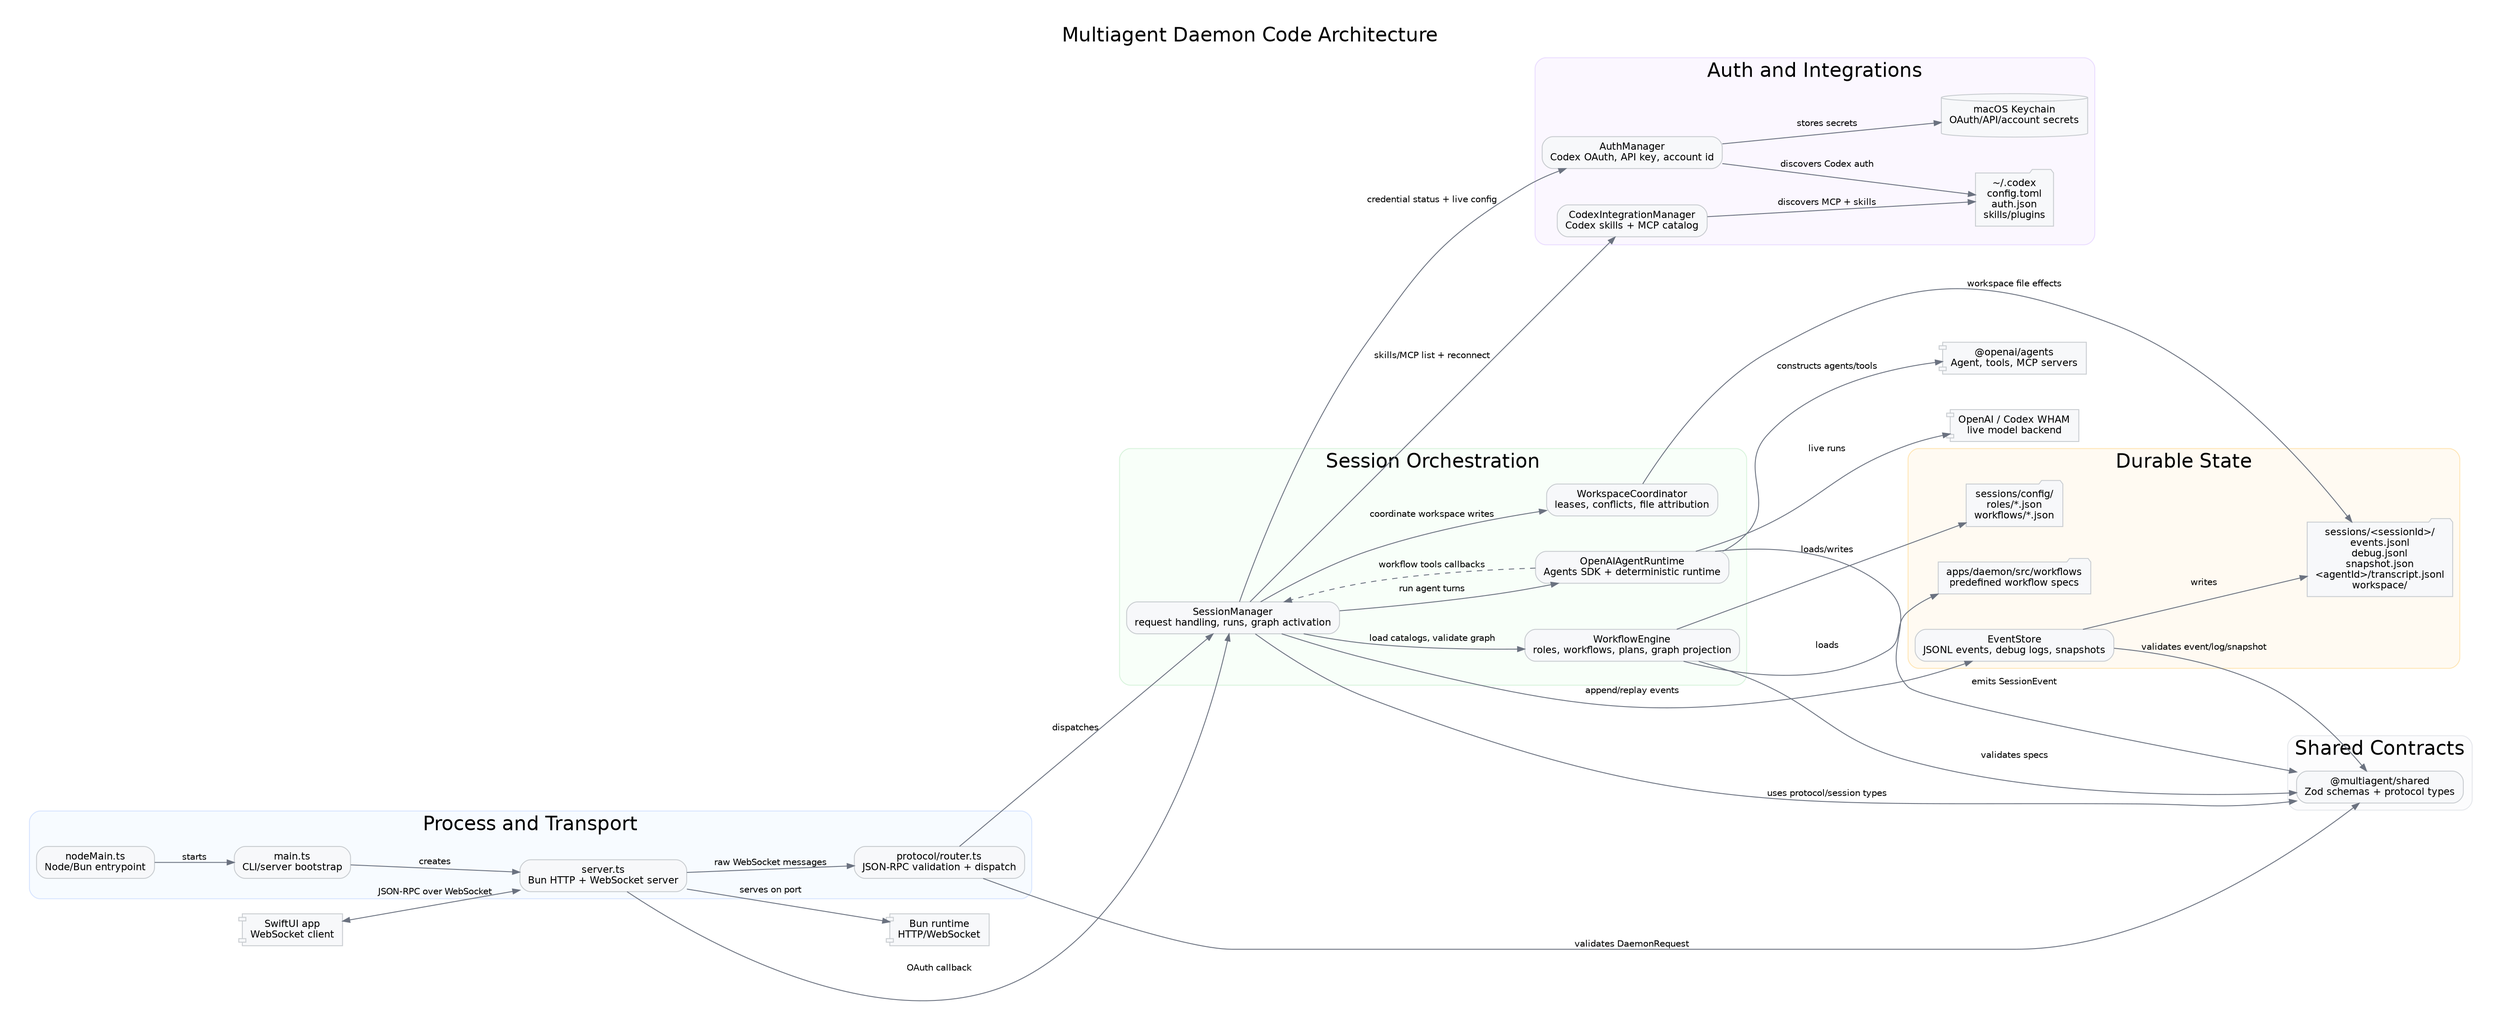
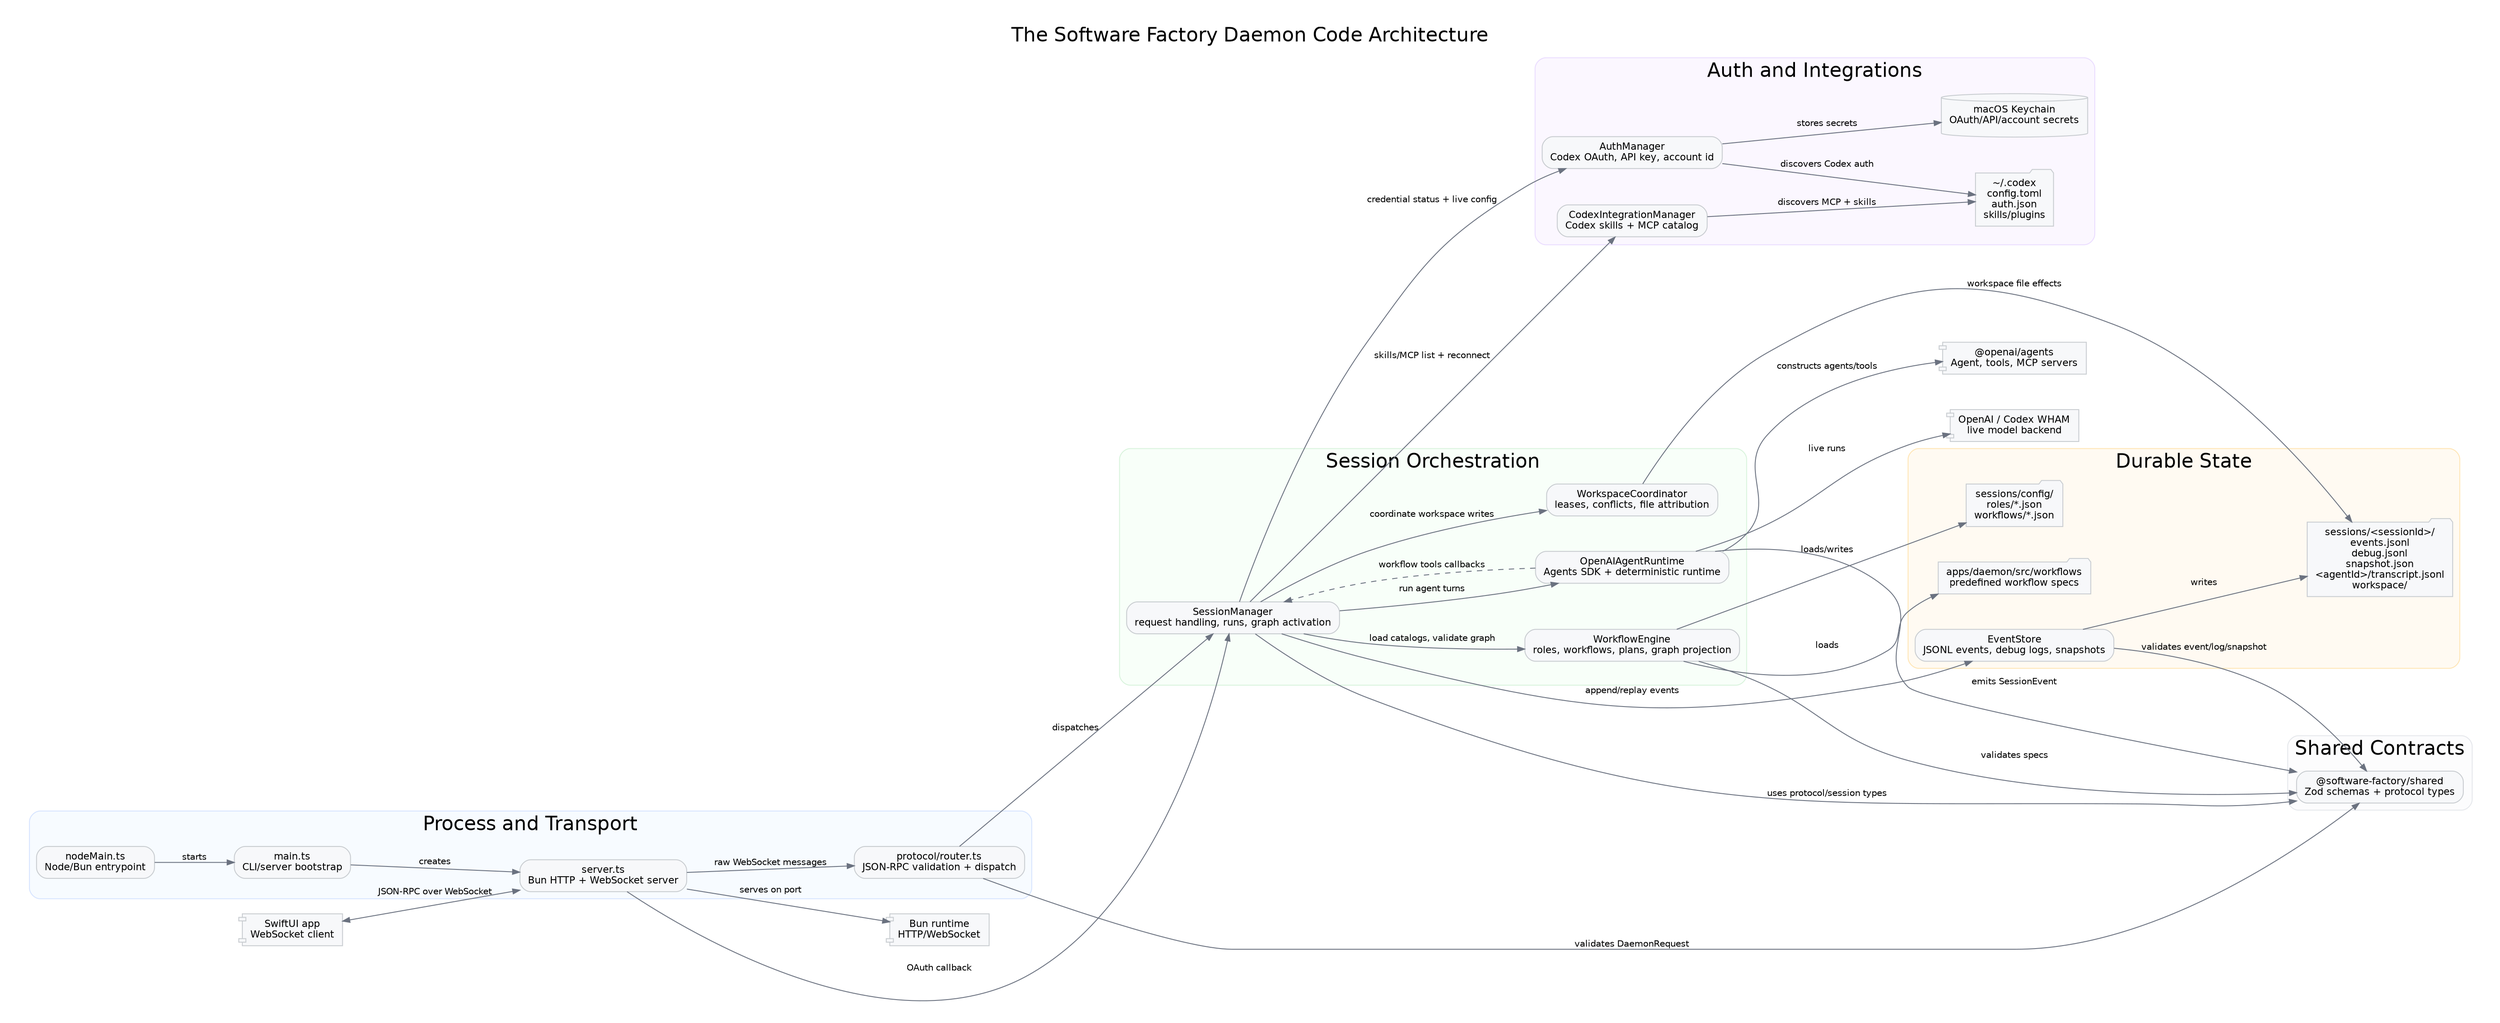
digraph DaemonArchitecture {
  graph [
-     label="Multiagent Daemon Code Architecture",
+     label="The Software Factory Daemon Code Architecture",
    labelloc="t",
    fontsize=22,
    fontname="Helvetica",
    rankdir=LR,
    compound=true,
    bgcolor="white",
    pad=0.35,
    nodesep=0.55,
    ranksep=0.85
  ];

  node [
    shape=box,
    style="rounded,filled",
    fontname="Helvetica",
    fontsize=11,
    color="#c8ccd0",
    fillcolor="#f7f8fa",
    margin="0.12,0.08"
  ];

  edge [
    fontname="Helvetica",
    fontsize=10,
    color="#6b7280",
    arrowsize=0.8
  ];

  subgraph cluster_entry {
    label="Process and Transport";
    color="#d6e4ff";
    style="rounded,filled";
    fillcolor="#f7fbff";

    nodeMain [label="nodeMain.ts\nNode/Bun entrypoint"];
    main [label="main.ts\nCLI/server bootstrap"];
    server [label="server.ts\nBun HTTP + WebSocket server"];
    router [label="protocol/router.ts\nJSON-RPC validation + dispatch"];
  }

  subgraph cluster_session {
    label="Session Orchestration";
    color="#d8f3dc";
    style="rounded,filled";
    fillcolor="#f8fff9";

    sessionManager [label="SessionManager\nrequest handling, runs, graph activation"];
    workflowEngine [label="WorkflowEngine\nroles, workflows, plans, graph projection"];
    agentRuntime [label="OpenAIAgentRuntime\nAgents SDK + deterministic runtime"];
    workspaceCoordinator [label="WorkspaceCoordinator\nleases, conflicts, file attribution"];
  }

  subgraph cluster_state {
    label="Durable State";
    color="#ffe5b4";
    style="rounded,filled";
    fillcolor="#fffaf2";

    eventStore [label="EventStore\nJSONL events, debug logs, snapshots"];
    sessionsRoot [shape=folder, label="sessions/<sessionId>/\nevents.jsonl\ndebug.jsonl\nsnapshot.json\n<agentId>/transcript.jsonl\nworkspace/"];
    personalCatalog [shape=folder, label="sessions/config/\nroles/*.json\nworkflows/*.json"];
    builtInWorkflows [shape=folder, label="apps/daemon/src/workflows\npredefined workflow specs"];
  }

  subgraph cluster_integrations {
    label="Auth and Integrations";
    color="#eadcff";
    style="rounded,filled";
    fillcolor="#fbf7ff";

    authManager [label="AuthManager\nCodex OAuth, API key, account id"];
    codexIntegrationManager [label="CodexIntegrationManager\nCodex skills + MCP catalog"];
    keychain [shape=cylinder, label="macOS Keychain\nOAuth/API/account secrets"];
    codexConfig [shape=folder, label="~/.codex\nconfig.toml\nauth.json\nskills/plugins"];
  }

  subgraph cluster_shared {
    label="Shared Contracts";
    color="#e5e7eb";
    style="rounded,filled";
    fillcolor="#fcfcfd";

-     sharedSchemas [label="@multiagent/shared\nZod schemas + protocol types"];
+     sharedSchemas [label="@software-factory/shared\nZod schemas + protocol types"];
  }

  openaiAgents [shape=component, label="@openai/agents\nAgent, tools, MCP servers"];
  openaiClient [shape=component, label="OpenAI / Codex WHAM\nlive model backend"];
  bunRuntime [shape=component, label="Bun runtime\nHTTP/WebSocket"];
  swiftApp [shape=component, label="SwiftUI app\nWebSocket client"];

  nodeMain -> main [label="starts"];
  main -> server [label="creates"];
  server -> bunRuntime [label="serves on port"];
  server -> router [label="raw WebSocket messages"];
  router -> sharedSchemas [label="validates DaemonRequest"];
  router -> sessionManager [label="dispatches"];
  server -> sessionManager [label="OAuth callback"];
  swiftApp -> server [label="JSON-RPC over WebSocket", dir=both];

  sessionManager -> eventStore [label="append/replay events"];
  sessionManager -> workflowEngine [label="load catalogs, validate graph"];
  sessionManager -> agentRuntime [label="run agent turns"];
  sessionManager -> workspaceCoordinator [label="coordinate workspace writes"];
  sessionManager -> authManager [label="credential status + live config"];
  sessionManager -> codexIntegrationManager [label="skills/MCP list + reconnect"];
  sessionManager -> sharedSchemas [label="uses protocol/session types"];

  workflowEngine -> builtInWorkflows [label="loads"];
  workflowEngine -> personalCatalog [label="loads/writes"];
  workflowEngine -> sharedSchemas [label="validates specs"];

  eventStore -> sessionsRoot [label="writes"];
  eventStore -> sharedSchemas [label="validates event/log/snapshot"];

  authManager -> keychain [label="stores secrets"];
  authManager -> codexConfig [label="discovers Codex auth"];
  codexIntegrationManager -> codexConfig [label="discovers MCP + skills"];

  agentRuntime -> openaiAgents [label="constructs agents/tools"];
  agentRuntime -> openaiClient [label="live runs"];
  agentRuntime -> sharedSchemas [label="emits SessionEvent"];
  agentRuntime -> sessionManager [label="workflow tools callbacks", style=dashed];

  workspaceCoordinator -> sessionsRoot [label="workspace file effects"];
}
